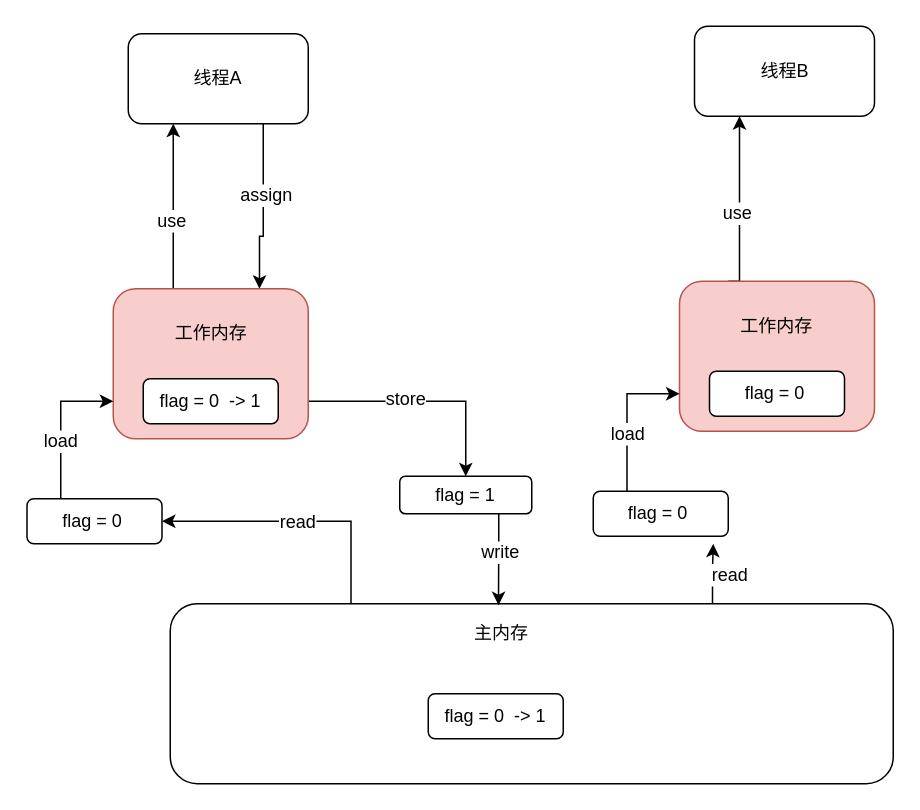
This is 并发编程/02_java内存模型.drawio from chenshuai1995/a-imgs, a draw.io file, before an edit. Source tidied: cells renumbered, new cells numbered last; positions are measured from the earlier drawing's top-left corner, leaving out a move shared by most shapes. Both pictures are drawn from the tidied source at 150%, with x=0, y=0 at pixel (26, 26).
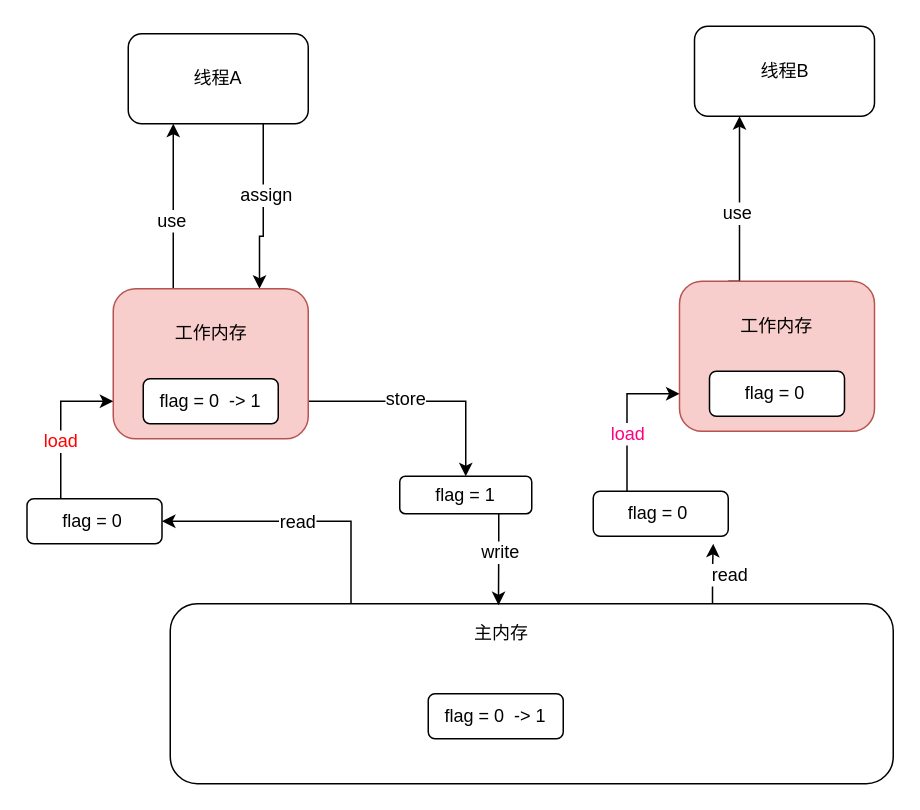
The same page after the edit.

Commit message (it also covers changes not shown here):
更新02_java内存模型.drawio

Unchanged cells that the change refers to:
```xml
<mxCell id="18" style="edgeStyle=orthogonalEdgeStyle;rounded=0;jettySize=auto;html=1;exitX=0.25;exitY=0;exitDx=0;exitDy=0;entryX=0;entryY=0.75;entryDx=0;entryDy=0;" parent="1" edge="1" source="20" target="9">
  <mxGeometry relative="1" as="geometry" />
</mxCell>
<mxCell id="31" style="edgeStyle=orthogonalEdgeStyle;rounded=0;jettySize=auto;html=1;exitX=0.25;exitY=0;exitDx=0;exitDy=0;entryX=0;entryY=0.75;entryDx=0;entryDy=0;" parent="1" edge="1" source="33" target="27">
  <mxGeometry relative="1" as="geometry" />
</mxCell>
```

Diff of the diagram source:
```diff
@@
-    <mxCell id="19" value="load" style="text;html=1;align=center;verticalAlign=middle;labelBackgroundColor=#ffffff;" parent="18" vertex="1">
+    <mxCell id="19" value="load" style="text;html=1;align=center;verticalAlign=middle;labelBackgroundColor=#ffffff;fontColor=#FF0000;" parent="18" vertex="1">
       <mxGeometry x="-0.23" relative="1" as="geometry" />
     </mxCell>
@@
-    <mxCell id="32" value="load" style="text;html=1;align=center;verticalAlign=middle;labelBackgroundColor=#ffffff;" parent="31" vertex="1">
+    <mxCell id="32" value="load" style="text;html=1;align=center;verticalAlign=middle;labelBackgroundColor=#ffffff;fontColor=#FF0080;" parent="31" vertex="1">
       <mxGeometry x="-0.23" relative="1" as="geometry" />
     </mxCell>
```
